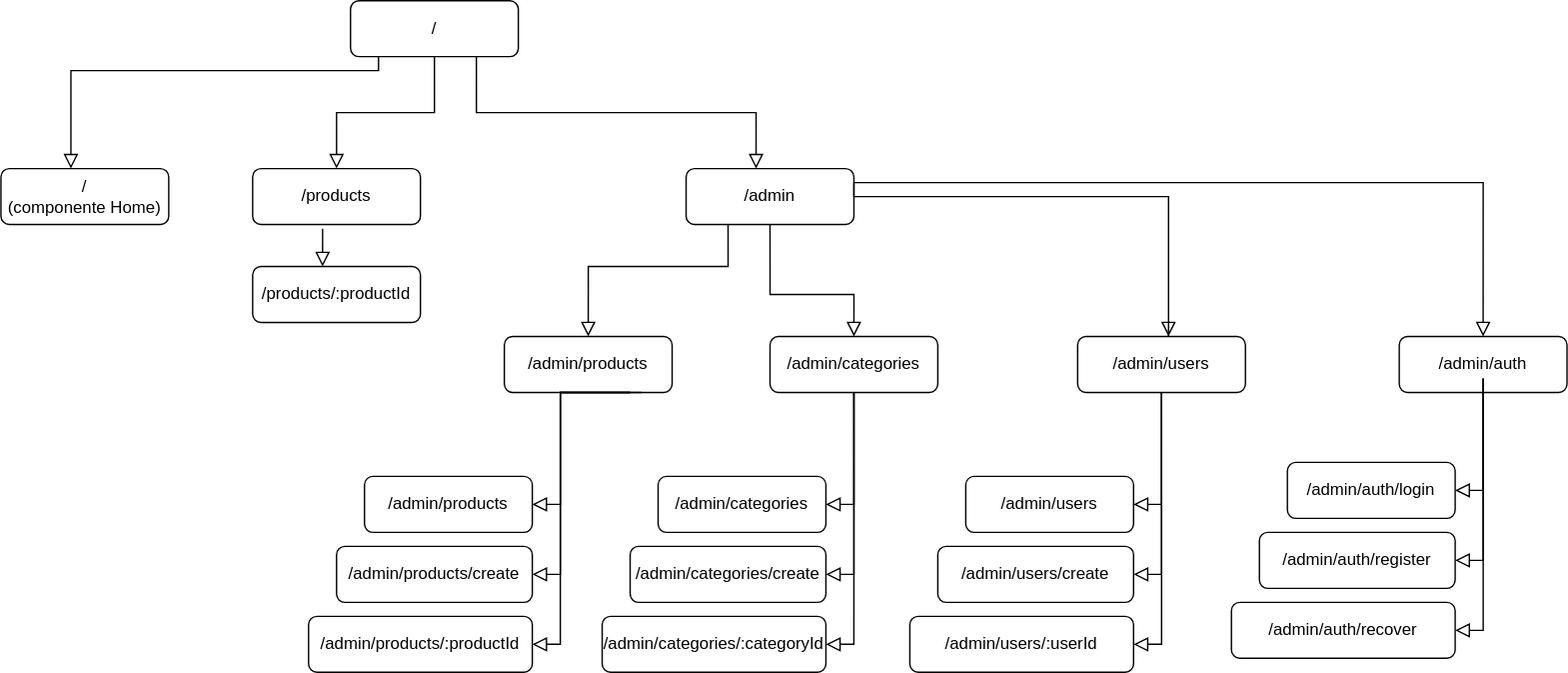
Before: frontend-web/rotas.svg, a diagram exported from draw.io (devsuperior/dscatalog-resources). Source tidied: cells renumbered, new cells last; positions are measured from the earlier drawing's top-left corner, leaving out a move shared by most shapes.
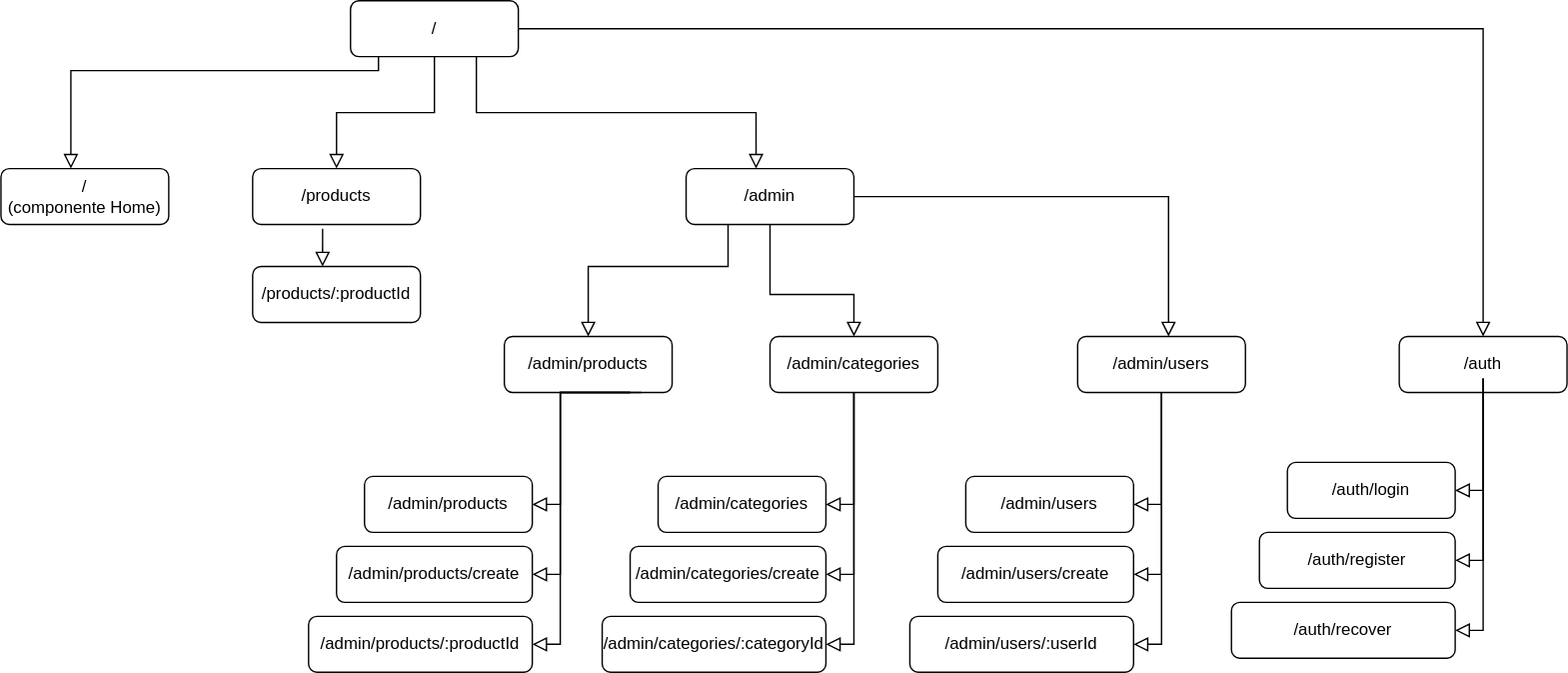
The same file after the commit.

Diff of the diagram source:
```diff
@@ -178,16 +178,16 @@
         </Array>
       </mxGeometry>
     </mxCell>
-    <mxCell id="34" value="/admin/auth" style="rounded=1;whiteSpace=wrap;html=1;fontSize=12;glass=0;strokeWidth=1;shadow=0;" parent="1" vertex="1">
+    <mxCell id="34" value="/auth" style="rounded=1;whiteSpace=wrap;html=1;fontSize=12;glass=0;strokeWidth=1;shadow=0;" parent="1" vertex="1">
       <mxGeometry x="1000" y="240" width="120" height="40" as="geometry" />
     </mxCell>
-    <mxCell id="35" value="/admin/auth/login" style="rounded=1;whiteSpace=wrap;html=1;fontSize=12;glass=0;strokeWidth=1;shadow=0;" parent="1" vertex="1">
+    <mxCell id="35" value="/auth/login" style="rounded=1;whiteSpace=wrap;html=1;fontSize=12;glass=0;strokeWidth=1;shadow=0;" parent="1" vertex="1">
       <mxGeometry x="920" y="330" width="120" height="40" as="geometry" />
     </mxCell>
-    <mxCell id="36" value="/admin/auth/register" style="rounded=1;whiteSpace=wrap;html=1;fontSize=12;glass=0;strokeWidth=1;shadow=0;" parent="1" vertex="1">
+    <mxCell id="36" value="/auth/register" style="rounded=1;whiteSpace=wrap;html=1;fontSize=12;glass=0;strokeWidth=1;shadow=0;" parent="1" vertex="1">
       <mxGeometry x="900" y="380" width="140" height="40" as="geometry" />
     </mxCell>
-    <mxCell id="37" value="/admin/auth/recover" style="rounded=1;whiteSpace=wrap;html=1;fontSize=12;glass=0;strokeWidth=1;shadow=0;" parent="1" vertex="1">
+    <mxCell id="37" value="/auth/recover" style="rounded=1;whiteSpace=wrap;html=1;fontSize=12;glass=0;strokeWidth=1;shadow=0;" parent="1" vertex="1">
       <mxGeometry x="880" y="430" width="160" height="40" as="geometry" />
     </mxCell>
     <mxCell id="38" style="rounded=0;html=1;jettySize=auto;fontSize=11;endArrow=block;endFill=0;endSize=8;strokeWidth=1;shadow=0;labelBackgroundColor=none;edgeStyle=orthogonalEdgeStyle;entryX=1;entryY=0.5;entryDx=0;entryDy=0;" parent="1" edge="1" target="35">
@@ -218,11 +218,10 @@
         </Array>
       </mxGeometry>
     </mxCell>
-    <mxCell id="41" style="rounded=0;html=1;jettySize=auto;fontSize=11;endArrow=block;endFill=0;endSize=8;strokeWidth=1;shadow=0;labelBackgroundColor=none;edgeStyle=orthogonalEdgeStyle;exitX=1;exitY=0.5;exitDx=0;exitDy=0;entryX=0.5;entryY=0;entryDx=0;entryDy=0;" parent="1" edge="1" source="7" target="34">
+    <mxCell id="41" style="rounded=0;html=1;jettySize=auto;fontSize=11;endArrow=block;endFill=0;endSize=8;strokeWidth=1;shadow=0;labelBackgroundColor=none;edgeStyle=orthogonalEdgeStyle;exitX=1;exitY=0.5;exitDx=0;exitDy=0;entryX=0.5;entryY=0;entryDx=0;entryDy=0;" parent="1" edge="1" source="3" target="34">
       <mxGeometry relative="1" as="geometry">
         <Array as="points">
-          <mxPoint x="610" y="130" />
-          <mxPoint x="1060" y="130" />
+          <mxPoint x="1060" y="20" />
         </Array>
       </mxGeometry>
     </mxCell>
```
